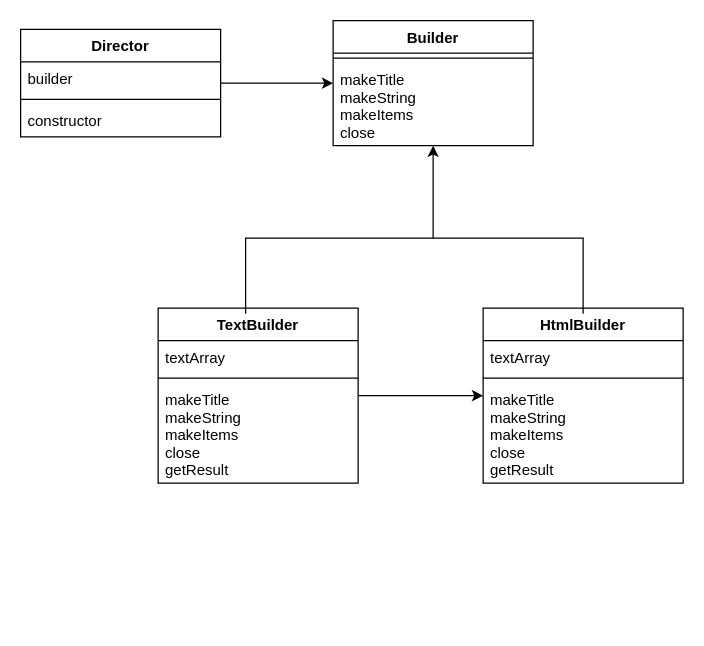
Before: 7.Builder/draw.builder.drawio in bzy107/php-designpattern, a draw.io diagram. Source tidied: cells renumbered, new cells numbered last; positions are measured from the earlier drawing's top-left corner, leaving out a move shared by most shapes. Both pictures are drawn from the tidied source at 125%, with x=0, y=0 at pixel (20, 20).
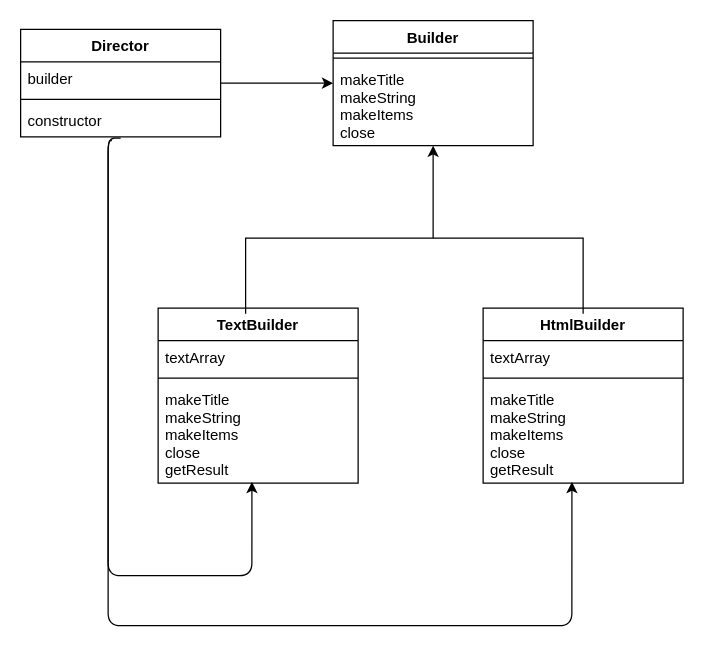
The same diagram, later.

The change refers to these unchanged cells:
```xml
<mxCell id="6" value="constructor" style="text;strokeColor=none;fillColor=none;align=left;verticalAlign=top;spacingLeft=4;spacingRight=4;overflow=hidden;points=[[0,0.5],[1,0.5]];portConstraint=eastwest;" parent="3" vertex="1">
  <mxGeometry y="60" width="160" height="26" as="geometry" />
</mxCell>
<mxCell id="12" value="TextBuilder" style="swimlane;fontStyle=1;align=center;verticalAlign=top;horizontal=1;startSize=26;" parent="1" vertex="1">
  <mxGeometry x="110" y="230" width="160" height="140" as="geometry" />
</mxCell>
<mxCell id="15" value="makeTitle&#10;makeString&#10;makeItems&#10;close&#10;getResult" style="text;strokeColor=none;fillColor=none;align=left;verticalAlign=top;spacingLeft=4;spacingRight=4;overflow=hidden;points=[[0,0.5],[1,0.5]];portConstraint=eastwest;" parent="12" vertex="1">
  <mxGeometry y="60" width="160" height="80" as="geometry" />
</mxCell>
<mxCell id="16" value="HtmlBuilder" style="swimlane;fontStyle=1;align=center;verticalAlign=top;horizontal=1;startSize=26;" parent="1" vertex="1">
  <mxGeometry x="370" y="230" width="160" height="140" as="geometry" />
</mxCell>
<mxCell id="19" value="makeTitle&#10;makeString&#10;makeItems&#10;close&#10;getResult" style="text;strokeColor=none;fillColor=none;align=left;verticalAlign=top;spacingLeft=4;spacingRight=4;overflow=hidden;points=[[0,0.5],[1,0.5]];portConstraint=eastwest;" parent="16" vertex="1">
  <mxGeometry y="60" width="160" height="80" as="geometry" />
</mxCell>
```

Diff of the diagram source:
```diff
@@
-    <mxCell id="11" style="edgeStyle=none;html=1;" parent="1" edge="1" source="12" target="16">
-      <mxGeometry relative="1" as="geometry" />
-    </mxCell>
@@
+    <mxCell id="21" style="edgeStyle=segmentEdgeStyle;endArrow=classic;html=1;entryX=0.469;entryY=0.988;entryDx=0;entryDy=0;entryPerimeter=0;" parent="1" edge="1" target="15">
+      <mxGeometry relative="1" as="geometry">
+        <mxPoint x="80" y="94" as="sourcePoint" />
+        <Array as="points">
+          <mxPoint x="70" y="94" />
+          <mxPoint x="70" y="444" />
+          <mxPoint x="185" y="444" />
+        </Array>
+      </mxGeometry>
+    </mxCell>
+    <mxCell id="22" style="edgeStyle=segmentEdgeStyle;endArrow=classic;html=1;entryX=0.444;entryY=0.988;entryDx=0;entryDy=0;entryPerimeter=0;exitX=0.456;exitY=1.115;exitDx=0;exitDy=0;exitPerimeter=0;" parent="1" edge="1" source="6" target="19">
+      <mxGeometry relative="1" as="geometry">
+        <Array as="points">
+          <mxPoint x="70" y="96" />
+          <mxPoint x="70" y="484" />
+          <mxPoint x="441" y="484" />
+        </Array>
+      </mxGeometry>
+    </mxCell>
```
